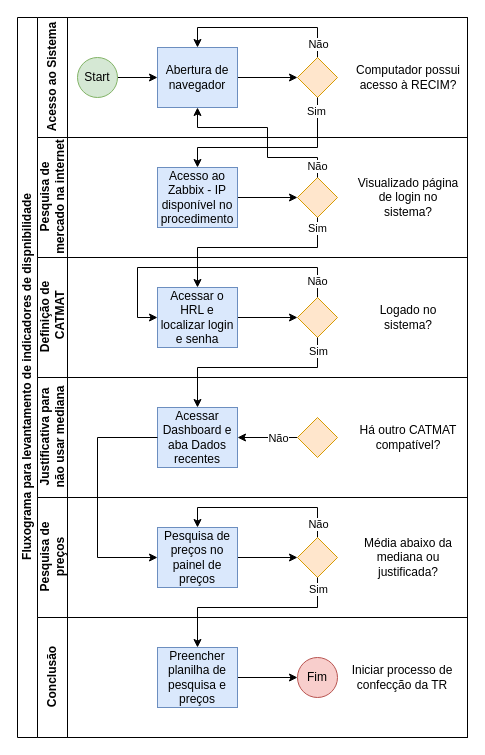
The draw.io diagram Fluxograma_diagrama_de_disponibilidade.drawio in Joaovictor-gf/draw.io, before the edit. Source tidied: cells renumbered, new cells numbered last; positions are measured from the earlier drawing's top-left corner, leaving out a move shared by most shapes. Both pictures are drawn from the tidied source at 100%, with x=0, y=0 at pixel (17, 17).
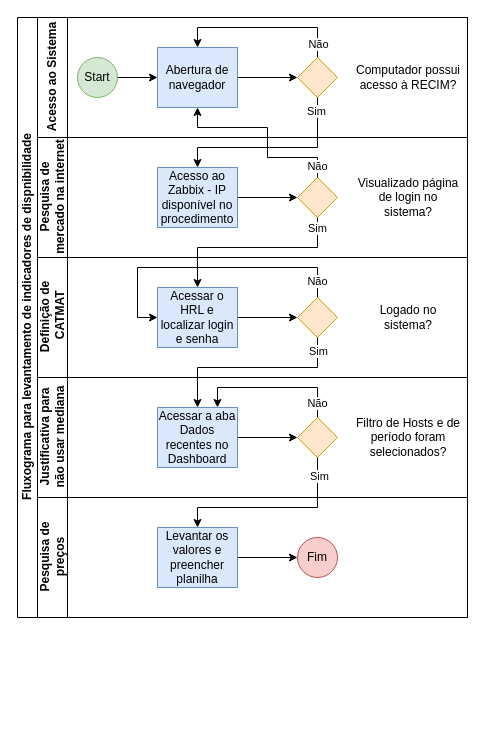
The same page after the edit.

Commit message:
Atualização dos passos do Fluxograma_diagrama_de_disponibilidade.drawio

The change refers to these unchanged cells:
```xml
<mxCell id="24" value="&lt;div&gt;Justificativa para&lt;/div&gt;não usar mediana" style="swimlane;html=1;startSize=30;horizontal=0;" parent="2" vertex="1">
  <mxGeometry x="20" y="360" width="430" height="120" as="geometry" />
</mxCell>
<mxCell id="28" style="rhombus;whiteSpace=wrap;html=1;fontFamily=Helvetica;fontSize=12;align=center;fillColor=#ffe6cc;strokeColor=#d79b00;" parent="24" vertex="1">
  <mxGeometry x="260" y="40" width="40" height="40" as="geometry" />
</mxCell>
<mxCell id="30" value="&lt;div&gt;Pesquisa de&lt;/div&gt;&lt;div&gt;preços&lt;br&gt;&lt;/div&gt;" style="swimlane;html=1;startSize=30;horizontal=0;" parent="2" vertex="1">
  <mxGeometry x="20" y="480" width="430" height="120" as="geometry" />
</mxCell>
```

Change to the diagram source:
```diff
@@
     <mxCell id="2" value="Fluxograma para levantamento de indicadores de dispnibilidade" style="swimlane;html=1;horizontal=0;startSize=20;" parent="1" vertex="1">
-      <mxGeometry width="450" height="720" as="geometry" />
+      <mxGeometry width="450" height="600" as="geometry" />
     </mxCell>
@@
+    <mxCell id="53" style="edgeStyle=orthogonalEdgeStyle;rounded=0;jettySize=auto;html=1;exitX=1;exitY=0.5;exitDx=0;exitDy=0;entryX=0;entryY=0.5;entryDx=0;entryDy=0;" parent="24" edge="1" source="25" target="28">
+      <mxGeometry relative="1" as="geometry" />
+    </mxCell>
-    <mxCell id="25" value="Acessar Dashboard e aba Dados recentes" style="rounded=0;whiteSpace=wrap;html=1;fontFamily=Helvetica;fontSize=12;align=center;fillColor=#dae8fc;strokeColor=#6c8ebf;" parent="24" vertex="1">
+    <mxCell id="25" value="Acessar a aba Dados recentes no Dashboard" style="rounded=0;whiteSpace=wrap;html=1;fontFamily=Helvetica;fontSize=12;align=center;fillColor=#dae8fc;strokeColor=#6c8ebf;" parent="24" vertex="1">
       <mxGeometry x="120" y="30" width="80" height="60" as="geometry" />
     </mxCell>
-    <mxCell id="26" style="edgeStyle=orthogonalEdgeStyle;rounded=0;jettySize=auto;html=1;exitX=0;exitY=0.5;exitDx=0;exitDy=0;entryX=1;entryY=0.5;entryDx=0;entryDy=0;" parent="24" edge="1" source="28" target="25">
-      <mxGeometry relative="1" as="geometry" />
+    <mxCell id="26" style="edgeStyle=orthogonalEdgeStyle;rounded=0;jettySize=auto;html=1;exitX=0.5;exitY=0;exitDx=0;exitDy=0;entryX=0.75;entryY=0;entryDx=0;entryDy=0;" parent="24" edge="1" source="28" target="25">
+      <mxGeometry relative="1" as="geometry">
+        <Array as="points">
+          <mxPoint x="280" y="10" />
+          <mxPoint x="180" y="10" />
+        </Array>
+      </mxGeometry>
     </mxCell>
-    <mxCell id="27" value="Não" style="edgeLabel;html=1;align=center;verticalAlign=middle;" parent="26" vertex="1">
-      <mxGeometry x="-0.17" y="2" relative="1" as="geometry">
-        <mxPoint x="5" y="-2" as="offset" />
-      </mxGeometry>
-    </mxCell>
+    <mxCell id="54" value="Não" style="edgeLabel;html=1;align=center;verticalAlign=middle;" parent="26" vertex="1">
+      <mxGeometry x="-0.8" y="1" relative="1" as="geometry" />
+    </mxCell>
@@
-    <mxCell id="29" value="Há outro CATMAT compatível?" style="text;html=1;align=center;verticalAlign=middle;whiteSpace=wrap;rounded=0;" parent="24" vertex="1">
+    <mxCell id="29" value="Filtro de Hosts e de período foram selecionados?" style="text;html=1;align=center;verticalAlign=middle;whiteSpace=wrap;rounded=0;" parent="24" vertex="1">
       <mxGeometry x="316" y="27.5" width="110" height="65" as="geometry" />
     </mxCell>
@@
-    <mxCell id="31" style="edgeStyle=orthogonalEdgeStyle;rounded=0;jettySize=auto;html=1;exitX=0.5;exitY=0;exitDx=0;exitDy=0;entryX=0.5;entryY=0;entryDx=0;entryDy=0;" parent="30" edge="1" source="33" target="36">
-      <mxGeometry relative="1" as="geometry">
-        <Array as="points">
-          <mxPoint x="280" y="10" />
-          <mxPoint x="160" y="10" />
-        </Array>
-      </mxGeometry>
-    </mxCell>
-    <mxCell id="32" value="Não" style="edgeLabel;html=1;align=center;verticalAlign=middle;" parent="31" vertex="1">
-      <mxGeometry x="-0.01" y="-1" relative="1" as="geometry">
-        <mxPoint x="54" y="17" as="offset" />
-      </mxGeometry>
-    </mxCell>
-    <mxCell id="33" style="rhombus;whiteSpace=wrap;html=1;fontFamily=Helvetica;fontSize=12;align=center;fillColor=#ffe6cc;strokeColor=#d79b00;" parent="30" vertex="1">
-      <mxGeometry x="260" y="40" width="40" height="40" as="geometry" />
-    </mxCell>
-    <mxCell id="34" value="Média abaixo da mediana ou justificada?" style="text;html=1;align=center;verticalAlign=middle;whiteSpace=wrap;rounded=0;" parent="30" vertex="1">
-      <mxGeometry x="316" y="27.5" width="110" height="65" as="geometry" />
-    </mxCell>
-    <mxCell id="35" style="edgeStyle=orthogonalEdgeStyle;rounded=0;jettySize=auto;html=1;exitX=1;exitY=0.5;exitDx=0;exitDy=0;entryX=0;entryY=0.5;entryDx=0;entryDy=0;" parent="30" edge="1" source="36" target="33">
-      <mxGeometry relative="1" as="geometry" />
-    </mxCell>
+    <mxCell id="55" style="edgeStyle=orthogonalEdgeStyle;rounded=0;jettySize=auto;html=1;exitX=1;exitY=0.5;exitDx=0;exitDy=0;entryX=0;entryY=0.5;entryDx=0;entryDy=0;" parent="30" edge="1" source="36" target="47">
+      <mxGeometry relative="1" as="geometry" />
+    </mxCell>
-    <mxCell id="36" value="Pesquisa de preços no painel de preços" style="rounded=0;whiteSpace=wrap;html=1;fontFamily=Helvetica;fontSize=12;align=center;fillColor=#dae8fc;strokeColor=#6c8ebf;" parent="30" vertex="1">
+    <mxCell id="36" value="Levantar os valores e preencher planilha" style="rounded=0;whiteSpace=wrap;html=1;fontFamily=Helvetica;fontSize=12;align=center;fillColor=#dae8fc;strokeColor=#6c8ebf;" parent="30" vertex="1">
       <mxGeometry x="120" y="30" width="80" height="60" as="geometry" />
     </mxCell>
+    <mxCell id="47" value="Fim" style="ellipse;whiteSpace=wrap;html=1;fillColor=#f8cecc;strokeColor=#b85450;" parent="30" vertex="1">
+      <mxGeometry x="260" y="40" width="40" height="40" as="geometry" />
+    </mxCell>
@@
-    <mxCell id="43" value="Conclusão" style="swimlane;html=1;startSize=30;horizontal=0;" parent="2" vertex="1">
-      <mxGeometry x="20" y="600" width="430" height="120" as="geometry" />
-    </mxCell>
-    <mxCell id="44" style="edgeStyle=orthogonalEdgeStyle;rounded=0;jettySize=auto;html=1;exitX=1;exitY=0.5;exitDx=0;exitDy=0;entryX=0;entryY=0.5;entryDx=0;entryDy=0;" parent="43" edge="1" source="45" target="47">
-      <mxGeometry relative="1" as="geometry" />
-    </mxCell>
-    <mxCell id="45" value="Preencher planilha de pesquisa e preços" style="rounded=0;whiteSpace=wrap;html=1;fontFamily=Helvetica;fontSize=12;align=center;fillColor=#dae8fc;strokeColor=#6c8ebf;" parent="43" vertex="1">
-      <mxGeometry x="120" y="30" width="80" height="60" as="geometry" />
-    </mxCell>
-    <mxCell id="46" value="Iniciar processo de confecção da TR" style="text;html=1;align=center;verticalAlign=middle;whiteSpace=wrap;rounded=0;" parent="43" vertex="1">
-      <mxGeometry x="310" y="27.5" width="110" height="65" as="geometry" />
-    </mxCell>
-    <mxCell id="47" value="Fim" style="ellipse;whiteSpace=wrap;html=1;fillColor=#f8cecc;strokeColor=#b85450;" parent="43" vertex="1">
-      <mxGeometry x="260" y="40" width="40" height="40" as="geometry" />
-    </mxCell>
-    <mxCell id="48" style="edgeStyle=orthogonalEdgeStyle;rounded=0;jettySize=auto;html=1;exitX=0.5;exitY=1;exitDx=0;exitDy=0;entryX=0.5;entryY=0;entryDx=0;entryDy=0;" parent="2" edge="1" source="33" target="45">
-      <mxGeometry relative="1" as="geometry">
-        <Array as="points">
-          <mxPoint x="300" y="590" />
-          <mxPoint x="180" y="590" />
-        </Array>
-      </mxGeometry>
-    </mxCell>
-    <mxCell id="49" value="Sim" style="edgeLabel;html=1;align=center;verticalAlign=middle;" parent="48" vertex="1">
-      <mxGeometry x="-0.75" relative="1" as="geometry">
-        <mxPoint y="-13" as="offset" />
-      </mxGeometry>
-    </mxCell>
-    <mxCell id="50" style="edgeStyle=orthogonalEdgeStyle;rounded=0;jettySize=auto;html=1;exitX=0;exitY=0.5;exitDx=0;exitDy=0;entryX=0;entryY=0.5;entryDx=0;entryDy=0;" parent="2" edge="1" source="25" target="36">
-      <mxGeometry relative="1" as="geometry">
-        <Array as="points">
-          <mxPoint x="80" y="420" />
-          <mxPoint x="80" y="540" />
-        </Array>
-      </mxGeometry>
-    </mxCell>
@@
+    <mxCell id="56" style="edgeStyle=orthogonalEdgeStyle;rounded=0;jettySize=auto;html=1;exitX=0.5;exitY=1;exitDx=0;exitDy=0;entryX=0.5;entryY=0;entryDx=0;entryDy=0;" parent="2" edge="1" source="28" target="36">
+      <mxGeometry relative="1" as="geometry">
+        <Array as="points">
+          <mxPoint x="300" y="490" />
+          <mxPoint x="180" y="490" />
+        </Array>
+      </mxGeometry>
+    </mxCell>
+    <mxCell id="49" value="Sim" style="edgeLabel;html=1;align=center;verticalAlign=middle;" parent="56" vertex="1">
+      <mxGeometry x="-0.81" y="1" relative="1" as="geometry" />
+    </mxCell>
```
